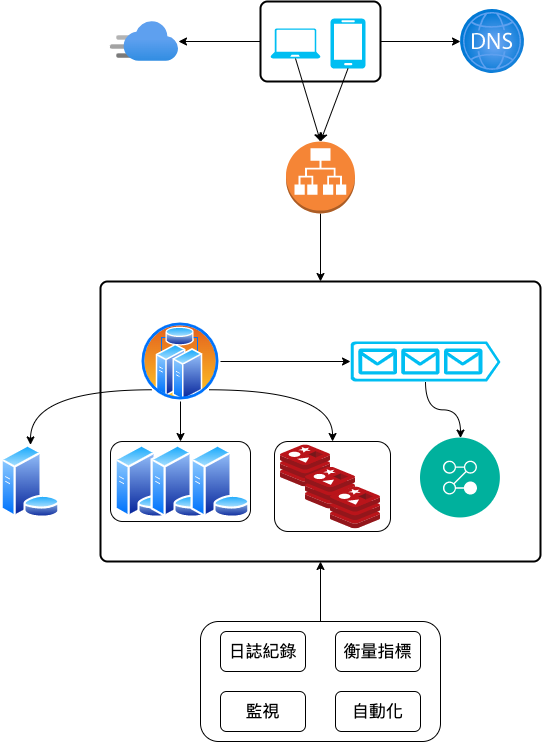
Before: SystemsDesign/Chapter01/SystemArchitectureDiagram.drawio.png, a diagram exported from draw.io (GitHub-WeiChiang/Main). Source tidied: cells renumbered, new cells last; positions are measured from the earlier drawing's top-left corner, leaving out a move shared by most shapes.
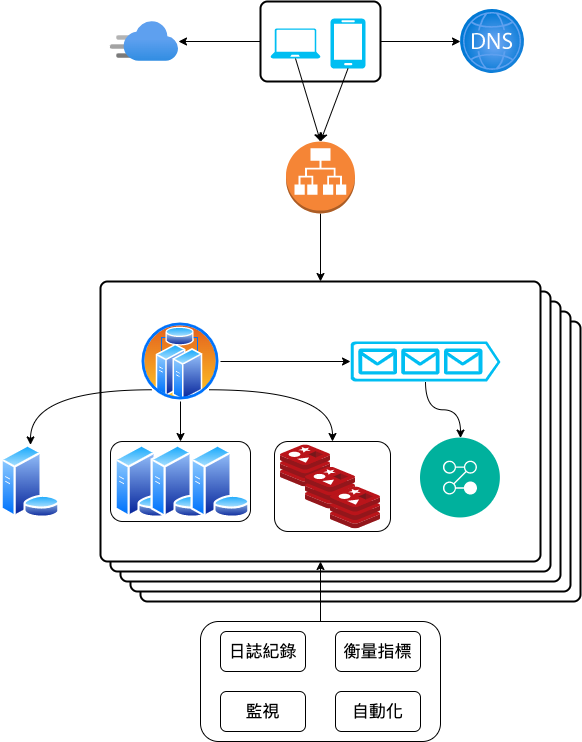
Later version of the same file.

Change to the diagram source:
```diff
@@ -2,6 +2,18 @@
   <root>
     <mxCell id="0" />
     <mxCell id="1" parent="0" />
+    <mxCell id="37" style="rounded=1;whiteSpace=wrap;html=1;absoluteArcSize=1;arcSize=14;strokeWidth=2;" parent="1" vertex="1">
+      <mxGeometry x="140" y="320" width="440" height="280" as="geometry" />
+    </mxCell>
+    <mxCell id="38" style="rounded=1;whiteSpace=wrap;html=1;absoluteArcSize=1;arcSize=14;strokeWidth=2;" parent="1" vertex="1">
+      <mxGeometry x="130" y="310" width="440" height="280" as="geometry" />
+    </mxCell>
+    <mxCell id="39" style="rounded=1;whiteSpace=wrap;html=1;absoluteArcSize=1;arcSize=14;strokeWidth=2;" parent="1" vertex="1">
+      <mxGeometry x="120" y="300" width="440" height="280" as="geometry" />
+    </mxCell>
+    <mxCell id="40" style="rounded=1;whiteSpace=wrap;html=1;absoluteArcSize=1;arcSize=14;strokeWidth=2;" parent="1" vertex="1">
+      <mxGeometry x="110" y="290" width="440" height="280" as="geometry" />
+    </mxCell>
     <mxCell id="2" style="rounded=1;whiteSpace=wrap;html=1;absoluteArcSize=1;arcSize=14;strokeWidth=2;" parent="1" vertex="1">
       <mxGeometry x="100" y="280" width="440" height="280" as="geometry" />
     </mxCell>
```
